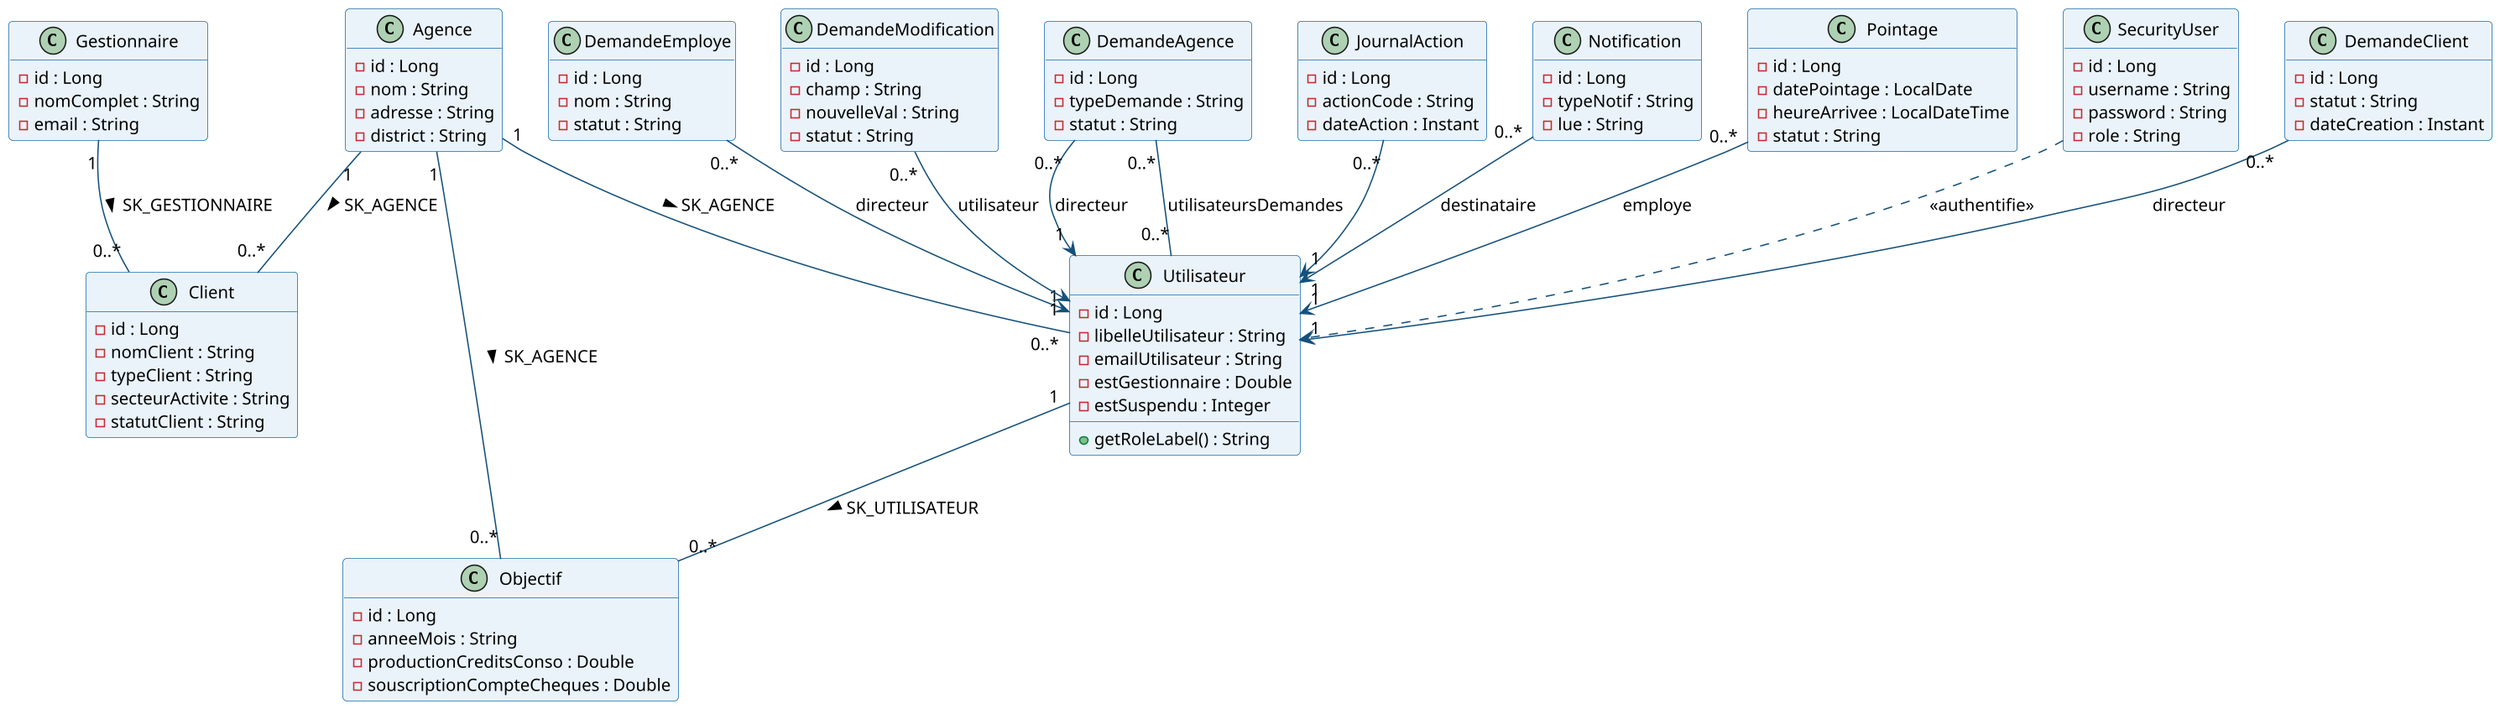
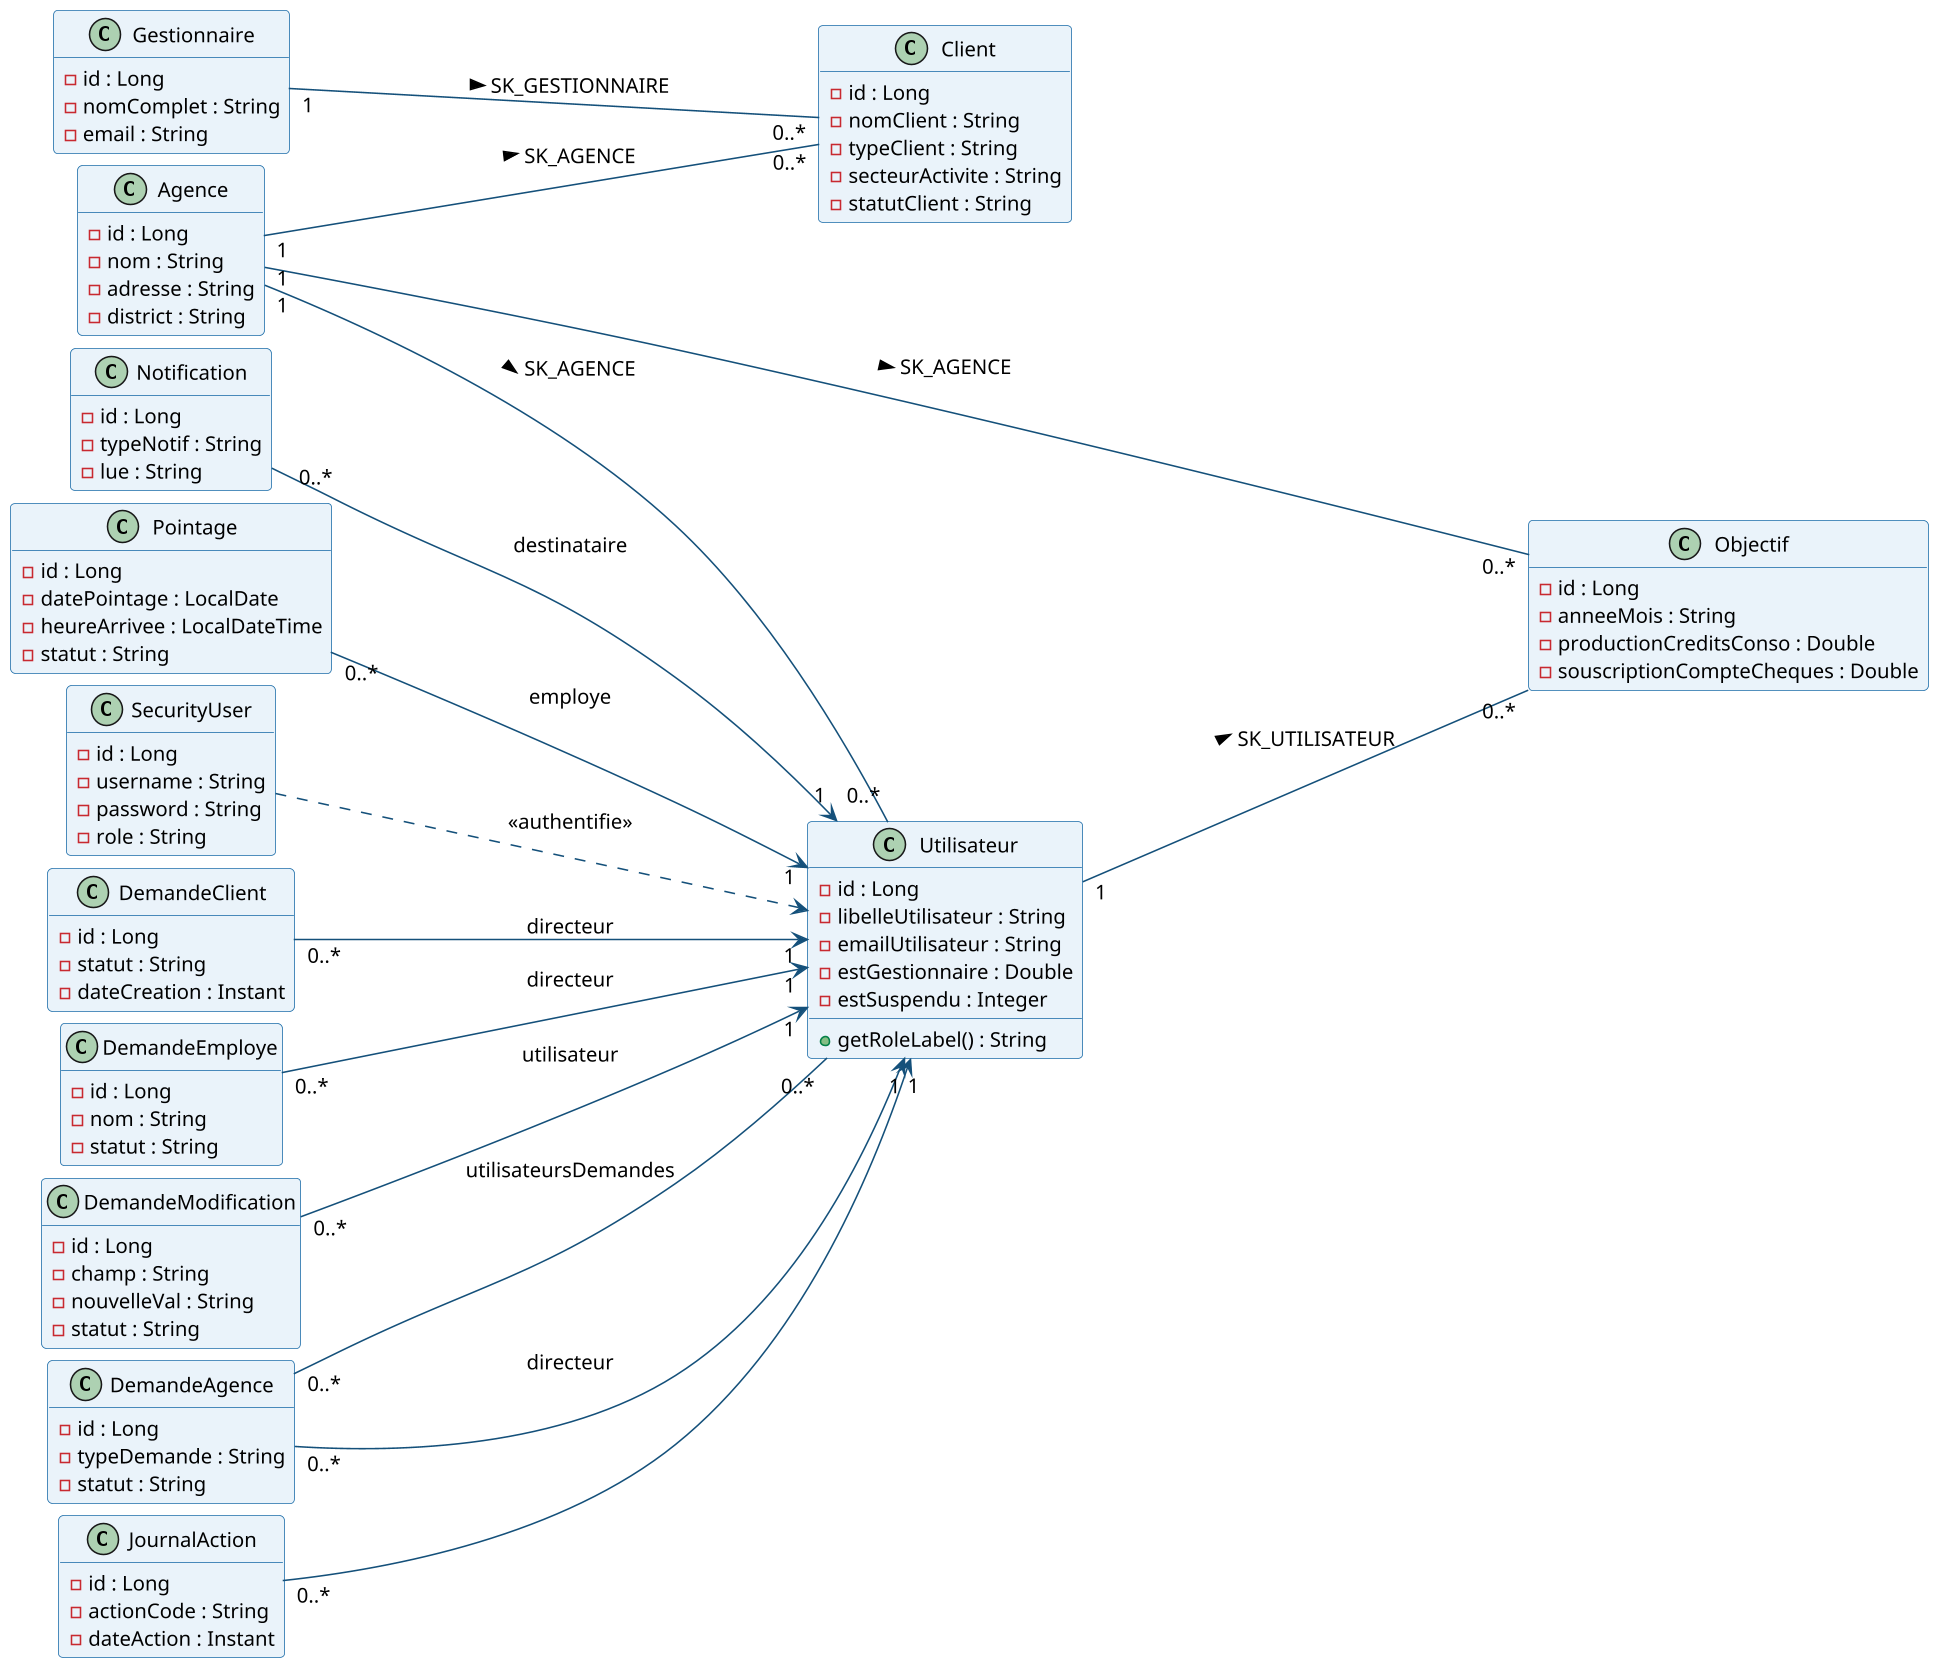
@startuml

skinparam dpi 150
skinparam shadowing false
skinparam DefaultFontName Arial
skinparam DefaultFontSize 13
skinparam ArrowColor #14507A
skinparam roundCorner 6

skinparam classBackgroundColor #EAF3FA
skinparam classBorderColor #1B6CA8
skinparam classArrowColor #14507A
hide empty members
+ left to right direction
+ skinparam ranksep 170
+ skinparam nodesep 8

class Agence {
  -id : Long
  -nom : String
  -adresse : String
  -district : String
}
class Utilisateur {
  -id : Long
  -libelleUtilisateur : String
  -emailUtilisateur : String
  -estGestionnaire : Double
  -estSuspendu : Integer
  +getRoleLabel() : String
}
class Client {
  -id : Long
  -nomClient : String
  -typeClient : String
  -secteurActivite : String
  -statutClient : String
}
class Gestionnaire {
  -id : Long
  -nomComplet : String
  -email : String
}
class Objectif {
  -id : Long
  -anneeMois : String
  -productionCreditsConso : Double
  -souscriptionCompteCheques : Double
}
class SecurityUser {
  -id : Long
  -username : String
  -password : String
  -role : String
}
class DemandeClient {
  -id : Long
  -statut : String
  -dateCreation : Instant
}
class DemandeEmploye {
  -id : Long
  -nom : String
  -statut : String
}
class DemandeModification {
  -id : Long
  -champ : String
  -nouvelleVal : String
  -statut : String
}
class DemandeAgence {
  -id : Long
  -typeDemande : String
  -statut : String
}
class JournalAction {
  -id : Long
  -actionCode : String
  -dateAction : Instant
}
class Notification {
  -id : Long
  -typeNotif : String
  -lue : String
}
class Pointage {
  -id : Long
  -datePointage : LocalDate
  -heureArrivee : LocalDateTime
  -statut : String
}

Agence "1" -- "0..*" Utilisateur : SK_AGENCE >
Agence "1" -- "0..*" Client : SK_AGENCE >
Agence "1" -- "0..*" Objectif : SK_AGENCE >
Gestionnaire "1" -- "0..*" Client : SK_GESTIONNAIRE >
Utilisateur "1" -- "0..*" Objectif : SK_UTILISATEUR >
DemandeClient "0..*" --> "1" Utilisateur : directeur
DemandeEmploye "0..*" --> "1" Utilisateur : directeur
DemandeModification "0..*" --> "1" Utilisateur : utilisateur
DemandeAgence "0..*" --> "1" Utilisateur : directeur
DemandeAgence "0..*" -- "0..*" Utilisateur : utilisateursDemandes
JournalAction "0..*" --> "1" Utilisateur
Notification "0..*" --> "1" Utilisateur : destinataire
Pointage "0..*" --> "1" Utilisateur : employe
SecurityUser ..> Utilisateur : <<authentifie>>
@enduml
